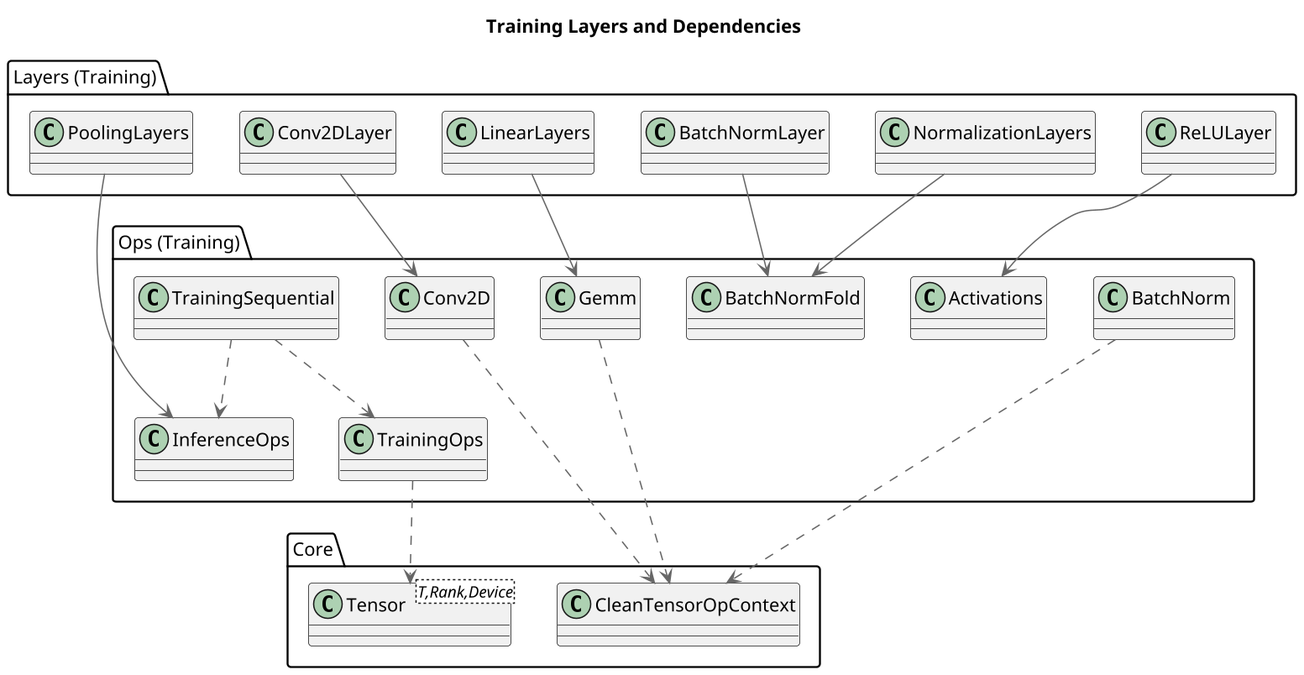
mehmetyusufoglu/alpaka3 keeps this PlantUML diagram as alpakaAI-architecture-docs/output/tensor-training-layers.png. Above is the earlier version.
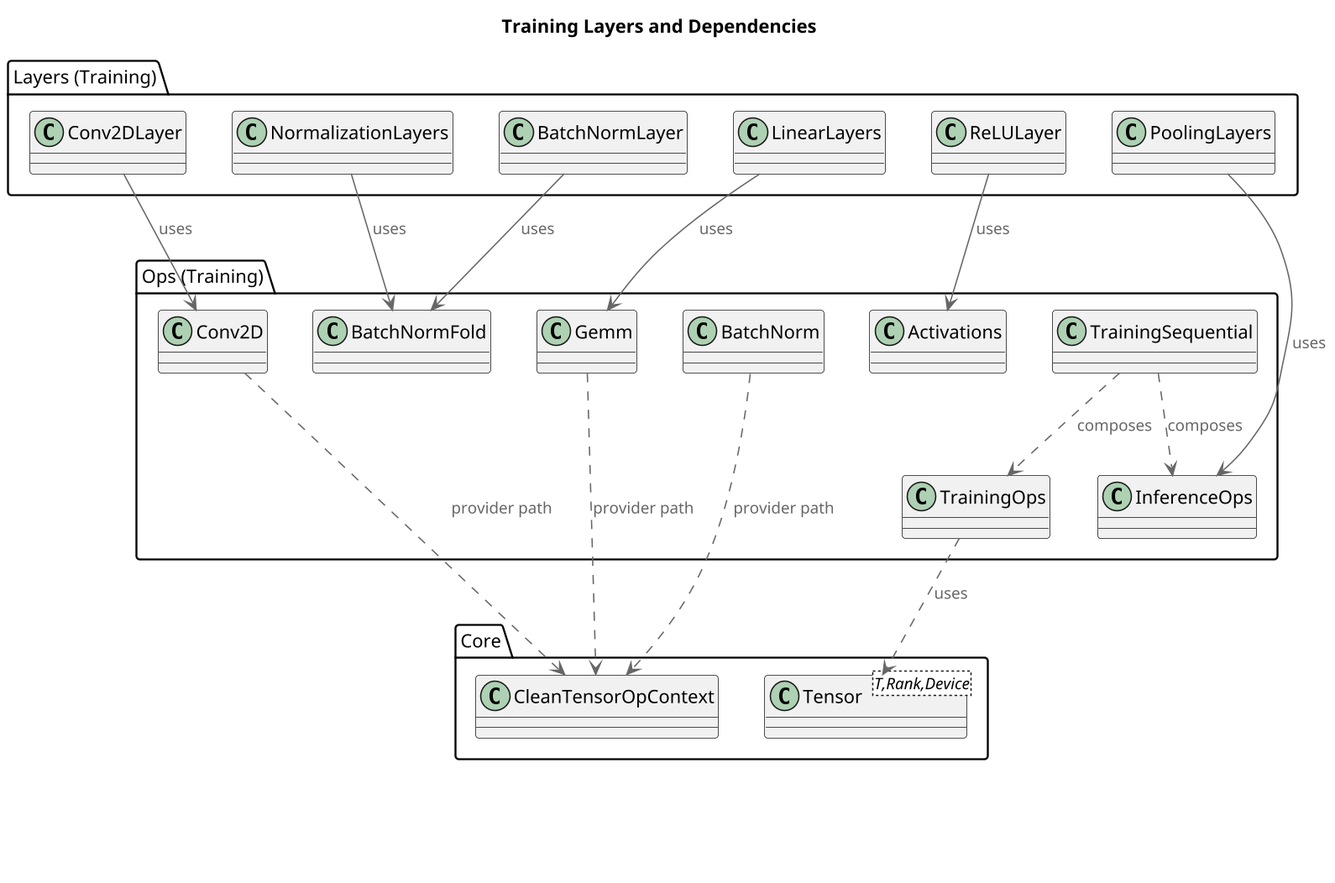
The same diagram one commit later.

What changed in the source:
```diff
@@ -28,19 +28,21 @@
   class PoolingLayers
 }
 
-TrainingOps ..> TensorTRD
-TrainingSequential ..> TrainingOps
-TrainingSequential ..> InferenceOps
+TrainingOps ..> TensorTRD : uses
+TrainingSequential ..> TrainingOps : composes
+TrainingSequential ..> InferenceOps : composes
 
-BatchNormLayer --> BatchNormFold
-Conv2DLayer --> Conv2D
-LinearLayers --> Gemm
-NormalizationLayers --> BatchNormFold
-ReLULayer --> Activations
-PoolingLayers --> InferenceOps
+BatchNormLayer --> BatchNormFold : uses
+Conv2DLayer --> Conv2D : uses
+LinearLayers --> Gemm : uses
+NormalizationLayers --> BatchNormFold : uses
+ReLULayer --> Activations : uses
+PoolingLayers --> InferenceOps : uses
 
-Conv2D ..> CleanTensorOpContext
-Gemm ..> CleanTensorOpContext
-BatchNorm ..> CleanTensorOpContext
+Conv2D ..> CleanTensorOpContext : provider path
+Gemm ..> CleanTensorOpContext : provider path
+BatchNorm ..> CleanTensorOpContext : provider path
+
+Legend("Connection Legend", "uses: component dependency\ncomposes: layer sequencing/dependency\nprovider path: vendor-backed call via context")
 
 @enduml
```
